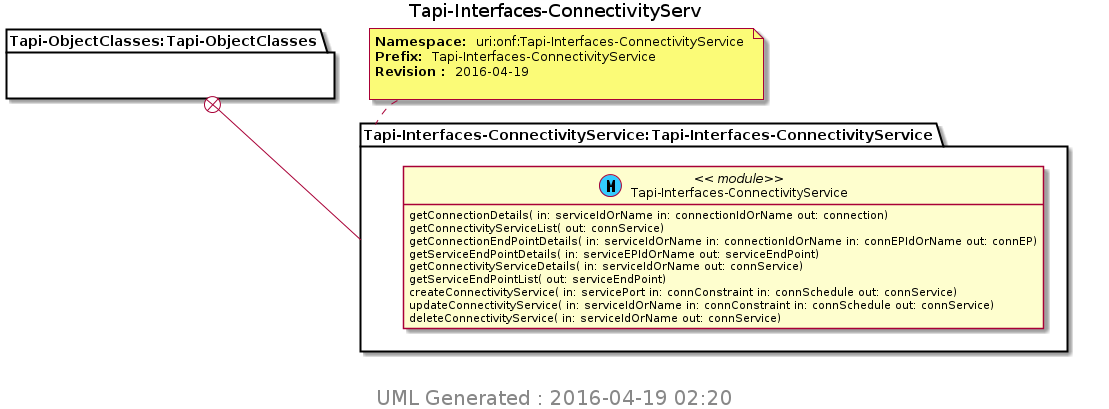
Before: TransportAPI/YANG/pyang_uml/Tapi-Interfaces-ConnectivityServ.png, a diagram exported from PlantUML (Open-Network-Models-and-Interfaces-ONMI/TAPI).
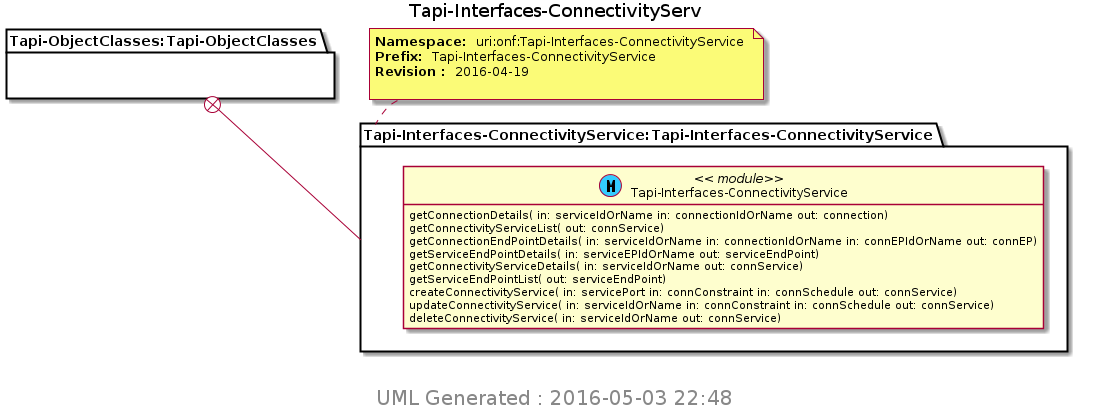
After the commit.

Change to the diagram source:
```diff
@@ -26,6 +26,6 @@
 }
 
 center footer
- <size:20> UML Generated : 2016-04-19 02:20 </size>
+ <size:20> UML Generated : 2016-05-03 22:48 </size>
  endfooter
 @enduml
```
